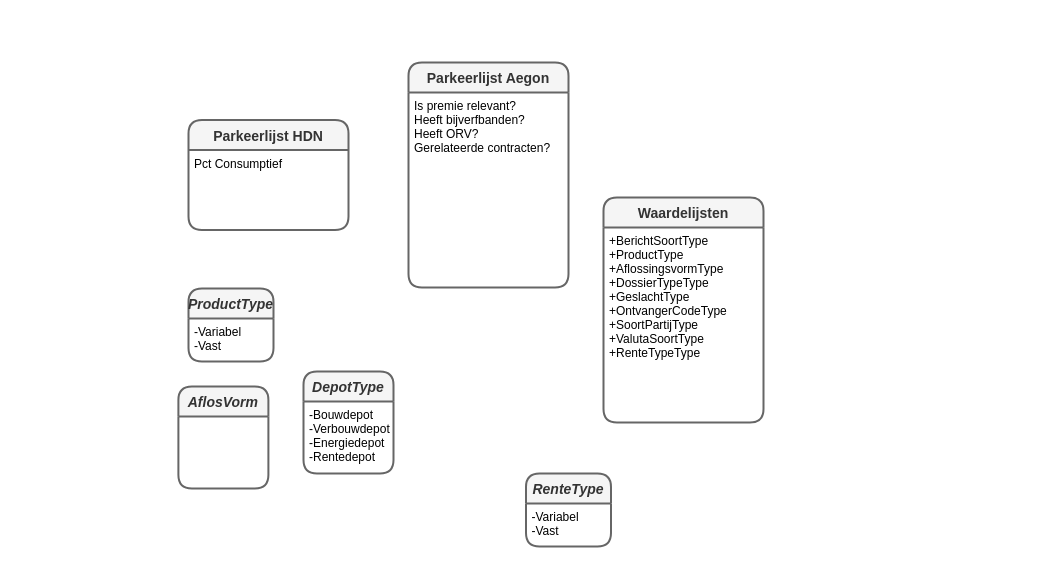
Above: page "Overige" (8 of 9) of 3rdParty-HDN.drawio in luchthandel/diagrams (draw.io), before the change. Source tidied: cells renumbered, new cells numbered last; positions are measured from the earlier drawing's top-left corner, leaving out a move shared by most shapes. Both pictures are drawn from the tidied source at 100%, with x=0, y=0 at pixel (178, 62).
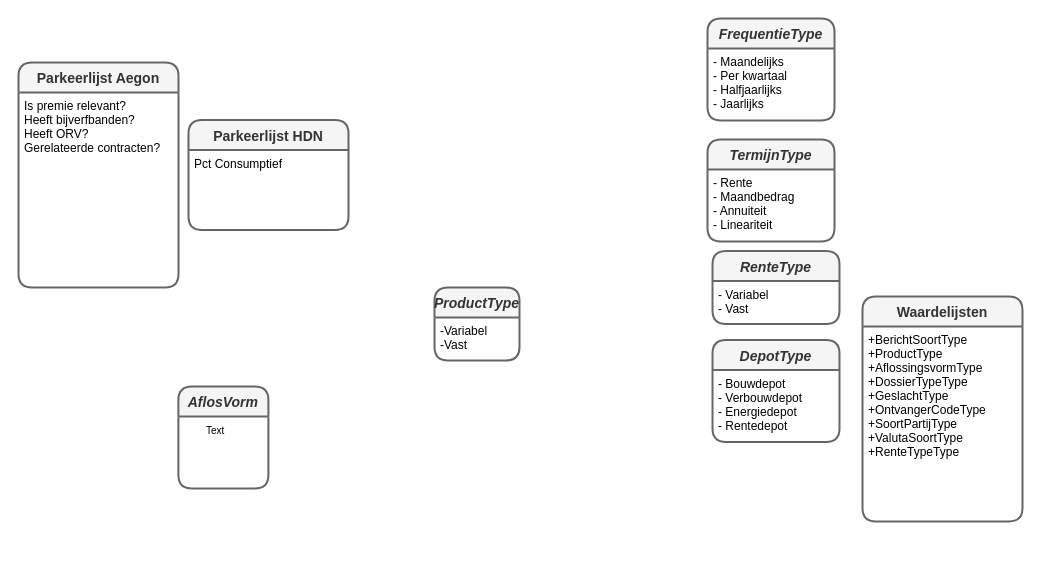
After the change.

Change to the diagram source:
```diff
@@
 <mxGraphModel>
   <root>
     <mxCell id="0" />
     <mxCell id="1" parent="0" />
     <mxCell id="2" value="Parkeerlijst HDN" style="swimlane;horizontal=1;startSize=30;fillColor=#f5f5f5;fontColor=#333333;rounded=1;fontSize=14;fontStyle=1;strokeWidth=2;shadow=0;dashed=0;align=center;strokeColor=#666666;" parent="1" vertex="1">
       <mxGeometry x="10" y="57.5" width="160" height="110" as="geometry" />
     </mxCell>
     <mxCell id="3" value="Pct Consumptief&#10;" style="align=left;strokeColor=none;fillColor=none;spacingLeft=4;fontSize=12;verticalAlign=top;" parent="2" vertex="1">
       <mxGeometry y="30" width="160" height="80" as="geometry" />
     </mxCell>
     <mxCell id="4" value="Parkeerlijst Aegon" style="swimlane;horizontal=1;startSize=30;fillColor=#f5f5f5;fontColor=#333333;rounded=1;fontSize=14;fontStyle=1;strokeWidth=2;shadow=0;dashed=0;align=center;strokeColor=#666666;" parent="1" vertex="1">
-      <mxGeometry x="230" width="160" height="225" as="geometry" />
+      <mxGeometry x="-160" width="160" height="225" as="geometry" />
     </mxCell>
     <mxCell id="5" value="Is premie relevant?&#10;Heeft bijverfbanden?&#10;Heeft ORV?&#10;Gerelateerde contracten?" style="align=left;strokeColor=none;fillColor=none;spacingLeft=4;fontSize=12;verticalAlign=top;" parent="4" vertex="1">
       <mxGeometry y="30" width="160" height="195" as="geometry" />
     </mxCell>
     <mxCell id="6" value="Waardelijsten" style="swimlane;horizontal=1;startSize=30;fillColor=#f5f5f5;fontColor=#333333;rounded=1;fontSize=14;fontStyle=1;strokeWidth=2;shadow=0;dashed=0;align=center;strokeColor=#666666;" parent="1" vertex="1">
-      <mxGeometry x="425" y="135" width="160" height="225" as="geometry" />
+      <mxGeometry x="684" y="234" width="160" height="225" as="geometry" />
     </mxCell>
     <mxCell id="7" value="+BerichtSoortType&#10;+ProductType&#10;+AflossingsvormType&#10;+DossierTypeType&#10;+GeslachtType&#10;+OntvangerCodeType&#10;+SoortPartijType&#10;+ValutaSoortType&#10;+RenteTypeType" style="align=left;strokeColor=none;fillColor=none;spacingLeft=4;fontSize=12;verticalAlign=top;" parent="6" vertex="1">
       <mxGeometry y="30" width="160" height="195" as="geometry" />
     </mxCell>
     <mxCell id="8" value="DepotType" style="swimlane;horizontal=1;startSize=30;fillColor=#f5f5f5;fontColor=#333333;rounded=1;fontSize=14;fontStyle=3;strokeWidth=2;shadow=0;dashed=0;align=center;strokeColor=#666666;" parent="1" vertex="1">
-      <mxGeometry x="125" y="309" width="90" height="102" as="geometry" />
+      <mxGeometry x="534" y="277.5" width="127" height="102" as="geometry" />
     </mxCell>
-    <mxCell id="9" value="-Bouwdepot&#10;-Verbouwdepot&#10;-Energiedepot&#10;-Rentedepot" style="align=left;strokeColor=none;fillColor=none;spacingLeft=4;fontSize=12;verticalAlign=top;" parent="8" vertex="1">
-      <mxGeometry y="30" width="90" height="72" as="geometry" />
+    <mxCell id="9" value="- Bouwdepot&#10;- Verbouwdepot&#10;- Energiedepot&#10;- Rentedepot" style="align=left;strokeColor=none;fillColor=none;spacingLeft=4;fontSize=12;verticalAlign=top;" parent="8" vertex="1">
+      <mxGeometry y="30" width="127" height="72" as="geometry" />
     </mxCell>
     <mxCell id="10" value="RenteType" style="swimlane;horizontal=1;startSize=30;fillColor=#f5f5f5;fontColor=#333333;rounded=1;fontSize=14;fontStyle=3;strokeWidth=2;shadow=0;dashed=0;align=center;strokeColor=#666666;" parent="1" vertex="1">
-      <mxGeometry x="347.5" y="411" width="85" height="73" as="geometry" />
+      <mxGeometry x="534" y="188.5" width="127" height="73" as="geometry" />
     </mxCell>
-    <mxCell id="11" value="-Variabel&#10;-Vast" style="align=left;strokeColor=none;fillColor=none;spacingLeft=4;fontSize=12;verticalAlign=top;" parent="10" vertex="1">
-      <mxGeometry y="30" width="85" height="43" as="geometry" />
+    <mxCell id="11" value="- Variabel&#10;- Vast" style="align=left;strokeColor=none;fillColor=none;spacingLeft=4;fontSize=12;verticalAlign=top;" parent="10" vertex="1">
+      <mxGeometry y="30" width="127" height="43" as="geometry" />
     </mxCell>
     <mxCell id="12" value="AflosVorm" style="swimlane;horizontal=1;startSize=30;fillColor=#f5f5f5;fontColor=#333333;rounded=1;fontSize=14;fontStyle=3;strokeWidth=2;shadow=0;dashed=0;align=center;strokeColor=#666666;" parent="1" vertex="1">
       <mxGeometry x="-0.1" y="324" width="90" height="102" as="geometry" />
     </mxCell>
     <mxCell id="13" value="ProductType" style="swimlane;horizontal=1;startSize=30;fillColor=#f5f5f5;fontColor=#333333;rounded=1;fontSize=14;fontStyle=3;strokeWidth=2;shadow=0;dashed=0;align=center;strokeColor=#666666;" parent="1" vertex="1">
-      <mxGeometry x="10" y="226" width="85" height="73" as="geometry" />
+      <mxGeometry x="256" y="225" width="85" height="73" as="geometry" />
     </mxCell>
     <mxCell id="14" value="-Variabel&#10;-Vast" style="align=left;strokeColor=none;fillColor=none;spacingLeft=4;fontSize=12;verticalAlign=top;" parent="13" vertex="1">
       <mxGeometry y="30" width="85" height="43" as="geometry" />
     </mxCell>
+    <mxCell id="15" value="FrequentieType" style="swimlane;horizontal=1;startSize=30;fillColor=#f5f5f5;fontColor=#333333;rounded=1;fontSize=14;fontStyle=3;strokeWidth=2;shadow=0;dashed=0;align=center;strokeColor=#666666;" parent="1" vertex="1">
+      <mxGeometry x="529" y="-44" width="127" height="102" as="geometry" />
+    </mxCell>
+    <mxCell id="16" value="- Maandelijks&#10;- Per kwartaal&#10;- Halfjaarlijks&#10;- Jaarlijks" style="align=left;strokeColor=none;fillColor=none;spacingLeft=4;fontSize=12;verticalAlign=top;" parent="15" vertex="1">
+      <mxGeometry y="30" width="127" height="72" as="geometry" />
+    </mxCell>
+    <mxCell id="17" value="Text" style="text;html=1;align=left;verticalAlign=top;spacingTop=-4;fontSize=10;" parent="1" vertex="1">
+      <mxGeometry x="26" y="360" width="28" height="12" as="geometry" />
+    </mxCell>
+    <mxCell id="18" value="TermijnType" style="swimlane;horizontal=1;startSize=30;fillColor=#f5f5f5;fontColor=#333333;rounded=1;fontSize=14;fontStyle=3;strokeWidth=2;shadow=0;dashed=0;align=center;strokeColor=#666666;" parent="1" vertex="1">
+      <mxGeometry x="529" y="77" width="127" height="102" as="geometry" />
+    </mxCell>
+    <mxCell id="19" value="- Rente&#10;- Maandbedrag&#10;- Annuiteit&#10;- Lineariteit" style="align=left;strokeColor=none;fillColor=none;spacingLeft=4;fontSize=12;verticalAlign=top;" parent="18" vertex="1">
+      <mxGeometry y="30" width="127" height="72" as="geometry" />
+    </mxCell>
   </root>
 </mxGraphModel>
```
